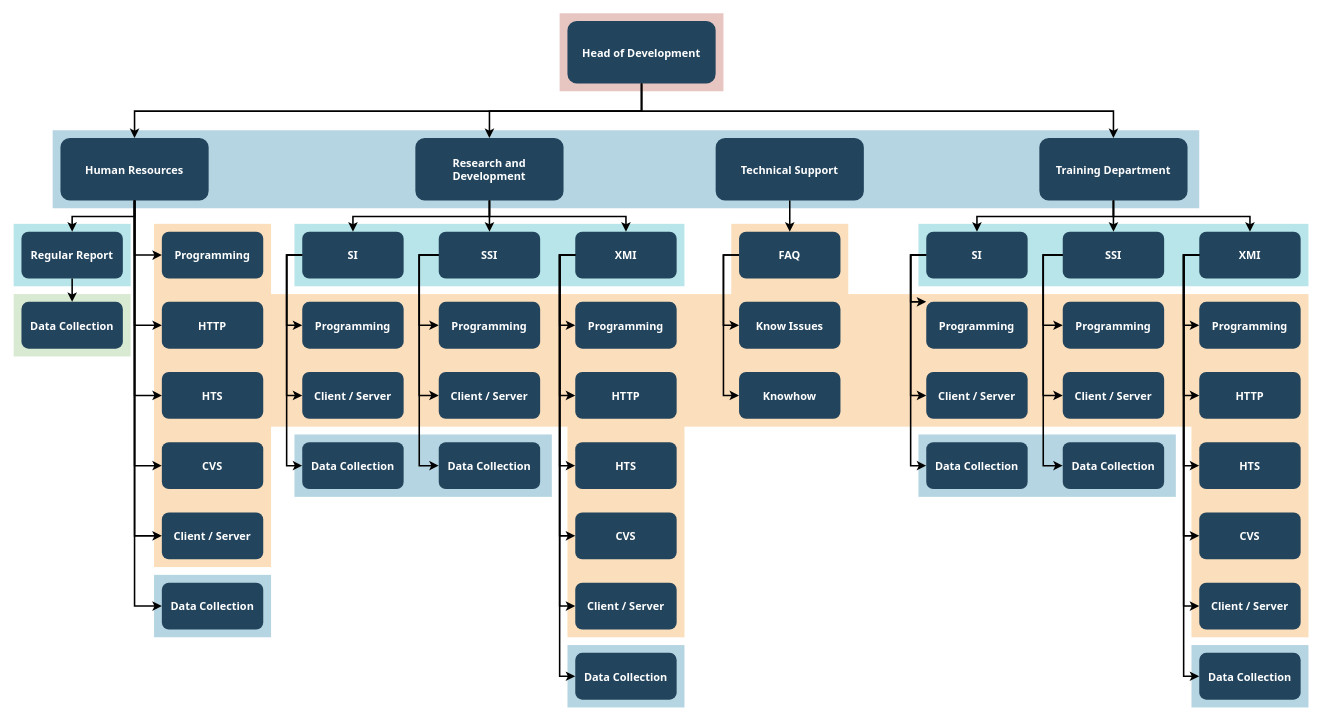
This is Diagramme sans nom.drawio from SAMRAN-H/shema, a draw.io file, before an edit. Source tidied: cells renumbered, new cells numbered last; positions are measured from the earlier drawing's top-left corner, leaving out a move shared by most shapes. Both pictures are drawn from the tidied source at 78%, with x=0, y=0 at pixel (13, 13).
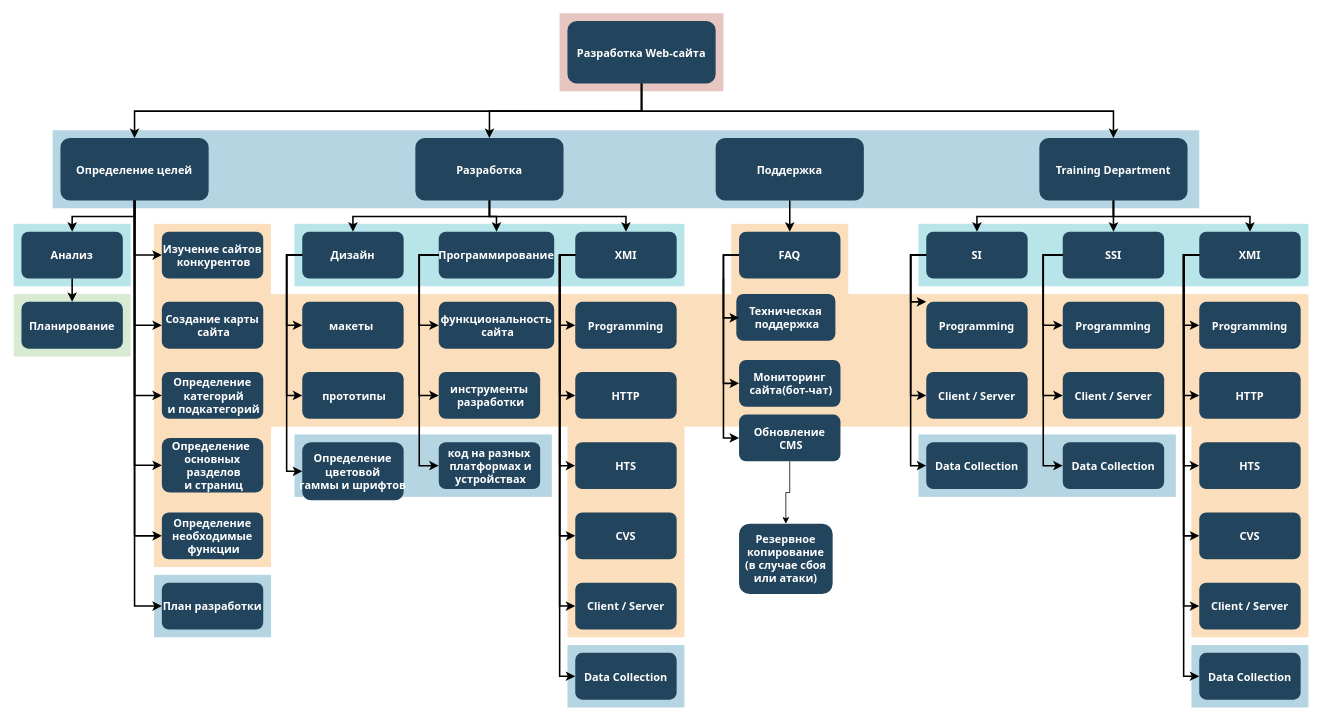
The same page after the edit.

Commit message:
Mettre à jour Diagramme sans nom.drawio

Change to the diagram source:
```diff
@@
-    <mxCell id="18" value="Head of Development" style="rounded=1;fillColor=#23445D;gradientColor=none;strokeColor=none;fontColor=#FFFFFF;fontStyle=1;fontFamily=Tahoma;fontSize=14;" parent="1" vertex="1">
+    <mxCell id="18" value="Разработка Web-сайта" style="rounded=1;fillColor=#23445D;gradientColor=none;strokeColor=none;fontColor=#FFFFFF;fontStyle=1;fontFamily=Tahoma;fontSize=14;" parent="1" vertex="1">
       <mxGeometry x="710" y="9.5" width="190" height="80" as="geometry" />
     </mxCell>
@@
-    <mxCell id="21" value="Technical Support" style="rounded=1;fillColor=#23445D;gradientColor=none;strokeColor=none;fontColor=#FFFFFF;fontStyle=1;fontFamily=Tahoma;fontSize=14;" parent="1" vertex="1">
+    <mxCell id="21" value="Поддержка" style="rounded=1;fillColor=#23445D;gradientColor=none;strokeColor=none;fontColor=#FFFFFF;fontStyle=1;fontFamily=Tahoma;fontSize=14;" parent="1" vertex="1">
       <mxGeometry x="900" y="159.5" width="190" height="80" as="geometry" />
     </mxCell>
-    <mxCell id="22" value="Research and &#10;Development" style="rounded=1;fillColor=#23445D;gradientColor=none;strokeColor=none;fontColor=#FFFFFF;fontStyle=1;fontFamily=Tahoma;fontSize=14;" parent="1" vertex="1">
+    <mxCell id="22" value="Разработка" style="rounded=1;fillColor=#23445D;gradientColor=none;strokeColor=none;fontColor=#FFFFFF;fontStyle=1;fontFamily=Tahoma;fontSize=14;" parent="1" vertex="1">
       <mxGeometry x="515" y="159.5" width="190" height="80" as="geometry" />
     </mxCell>
-    <mxCell id="23" value="Human Resources" style="rounded=1;fillColor=#23445D;gradientColor=none;strokeColor=none;fontColor=#FFFFFF;fontStyle=1;fontFamily=Tahoma;fontSize=14;" parent="1" vertex="1">
+    <mxCell id="23" value="Определение целей" style="rounded=1;fillColor=#23445D;gradientColor=none;strokeColor=none;fontColor=#FFFFFF;fontStyle=1;fontFamily=Tahoma;fontSize=14;" parent="1" vertex="1">
       <mxGeometry x="60" y="159.5" width="190" height="80" as="geometry" />
     </mxCell>
-    <mxCell id="24" value="Regular Report" style="rounded=1;fillColor=#23445D;gradientColor=none;strokeColor=none;fontColor=#FFFFFF;fontStyle=1;fontFamily=Tahoma;fontSize=14;" parent="1" vertex="1">
+    <mxCell id="24" value="Анализ" style="rounded=1;fillColor=#23445D;gradientColor=none;strokeColor=none;fontColor=#FFFFFF;fontStyle=1;fontFamily=Tahoma;fontSize=14;" parent="1" vertex="1">
       <mxGeometry x="10" y="279.5" width="130" height="60" as="geometry" />
     </mxCell>
-    <mxCell id="25" value="Data Collection" style="rounded=1;fillColor=#23445D;gradientColor=none;strokeColor=none;fontColor=#FFFFFF;fontStyle=1;fontFamily=Tahoma;fontSize=14;" parent="1" vertex="1">
+    <mxCell id="25" value="Планирование" style="rounded=1;fillColor=#23445D;gradientColor=none;strokeColor=none;fontColor=#FFFFFF;fontStyle=1;fontFamily=Tahoma;fontSize=14;" parent="1" vertex="1">
       <mxGeometry x="10" y="369.5" width="130" height="60" as="geometry" />
     </mxCell>
-    <mxCell id="26" value="Programming" style="rounded=1;fillColor=#23445D;gradientColor=none;strokeColor=none;fontColor=#FFFFFF;fontStyle=1;fontFamily=Tahoma;fontSize=14;" parent="1" vertex="1">
+    <mxCell id="26" value="Изучение сайтов&#10; конкурентов" style="rounded=1;fillColor=#23445D;gradientColor=none;strokeColor=none;fontColor=#FFFFFF;fontStyle=1;fontFamily=Tahoma;fontSize=14;" parent="1" vertex="1">
       <mxGeometry x="190" y="279.5" width="130" height="60" as="geometry" />
     </mxCell>
-    <mxCell id="27" value="HTTP" style="rounded=1;fillColor=#23445D;gradientColor=none;strokeColor=none;fontColor=#FFFFFF;fontStyle=1;fontFamily=Tahoma;fontSize=14;" parent="1" vertex="1">
+    <mxCell id="27" value="Создание карты&#10; сайта" style="rounded=1;fillColor=#23445D;gradientColor=none;strokeColor=none;fontColor=#FFFFFF;fontStyle=1;fontFamily=Tahoma;fontSize=14;" parent="1" vertex="1">
       <mxGeometry x="190" y="369.5" width="130" height="60" as="geometry" />
     </mxCell>
-    <mxCell id="28" value="HTS" style="rounded=1;fillColor=#23445D;gradientColor=none;strokeColor=none;fontColor=#FFFFFF;fontStyle=1;fontFamily=Tahoma;fontSize=14;" parent="1" vertex="1">
+    <mxCell id="28" value="Определение&#10; категорий&#10; и подкатегорий" style="rounded=1;fillColor=#23445D;gradientColor=none;strokeColor=none;fontColor=#FFFFFF;fontStyle=1;fontFamily=Tahoma;fontSize=14;" parent="1" vertex="1">
       <mxGeometry x="190" y="459.5" width="130" height="60" as="geometry" />
     </mxCell>
-    <mxCell id="29" value="CVS" style="rounded=1;fillColor=#23445D;gradientColor=none;strokeColor=none;fontColor=#FFFFFF;fontStyle=1;fontFamily=Tahoma;fontSize=14;" parent="1" vertex="1">
-      <mxGeometry x="190" y="549.5" width="130" height="60" as="geometry" />
+    <mxCell id="29" value="Определение &#10;основных&#10; разделов&#10; и страниц" style="rounded=1;fillColor=#23445D;gradientColor=none;strokeColor=none;fontColor=#FFFFFF;fontStyle=1;fontFamily=Tahoma;fontSize=14;" parent="1" vertex="1">
+      <mxGeometry x="190" y="544" width="130" height="70" as="geometry" />
     </mxCell>
-    <mxCell id="30" value="Client / Server" style="rounded=1;fillColor=#23445D;gradientColor=none;strokeColor=none;fontColor=#FFFFFF;fontStyle=1;fontFamily=Tahoma;fontSize=14;" parent="1" vertex="1">
+    <mxCell id="30" value="Определение&#10;необходимые&#10; функции" style="rounded=1;fillColor=#23445D;gradientColor=none;strokeColor=none;fontColor=#FFFFFF;fontStyle=1;fontFamily=Tahoma;fontSize=14;" parent="1" vertex="1">
       <mxGeometry x="190" y="639.5" width="130" height="60" as="geometry" />
     </mxCell>
-    <mxCell id="31" value="Data Collection" style="rounded=1;fillColor=#23445D;gradientColor=none;strokeColor=none;fontColor=#FFFFFF;fontStyle=1;fontFamily=Tahoma;fontSize=14;" parent="1" vertex="1">
+    <mxCell id="31" value="План разработки" style="rounded=1;fillColor=#23445D;gradientColor=none;strokeColor=none;fontColor=#FFFFFF;fontStyle=1;fontFamily=Tahoma;fontSize=14;" parent="1" vertex="1">
       <mxGeometry x="190" y="729.5" width="130" height="60" as="geometry" />
     </mxCell>
-    <mxCell id="32" value="SI" style="rounded=1;fillColor=#23445D;gradientColor=none;strokeColor=none;fontColor=#FFFFFF;fontStyle=1;fontFamily=Tahoma;fontSize=14;" parent="1" vertex="1">
+    <mxCell id="32" value="Дизайн" style="rounded=1;fillColor=#23445D;gradientColor=none;strokeColor=none;fontColor=#FFFFFF;fontStyle=1;fontFamily=Tahoma;fontSize=14;" parent="1" vertex="1">
       <mxGeometry x="370" y="279.5" width="130" height="60" as="geometry" />
     </mxCell>
-    <mxCell id="33" value="Programming" style="rounded=1;fillColor=#23445D;gradientColor=none;strokeColor=none;fontColor=#FFFFFF;fontStyle=1;fontFamily=Tahoma;fontSize=14;" parent="1" vertex="1">
+    <mxCell id="33" value="макеты " style="rounded=1;fillColor=#23445D;gradientColor=none;strokeColor=none;fontColor=#FFFFFF;fontStyle=1;fontFamily=Tahoma;fontSize=14;" parent="1" vertex="1">
       <mxGeometry x="370" y="369.5" width="130" height="60" as="geometry" />
     </mxCell>
-    <mxCell id="34" value="Client / Server" style="rounded=1;fillColor=#23445D;gradientColor=none;strokeColor=none;fontColor=#FFFFFF;fontStyle=1;fontFamily=Tahoma;fontSize=14;" parent="1" vertex="1">
+    <mxCell id="34" value="&#10; прототипы&#10; " style="rounded=1;fillColor=#23445D;gradientColor=none;strokeColor=none;fontColor=#FFFFFF;fontStyle=1;fontFamily=Tahoma;fontSize=14;" parent="1" vertex="1">
       <mxGeometry x="370" y="459.5" width="130" height="60" as="geometry" />
     </mxCell>
-    <mxCell id="35" value="Data Collection" style="rounded=1;fillColor=#23445D;gradientColor=none;strokeColor=none;fontColor=#FFFFFF;fontStyle=1;fontFamily=Tahoma;fontSize=14;" parent="1" vertex="1">
-      <mxGeometry x="370" y="549.5" width="130" height="60" as="geometry" />
+    <mxCell id="35" value="Определение &#10;цветовой &#10;гаммы и шрифтов" style="rounded=1;fillColor=#23445D;gradientColor=none;strokeColor=none;fontColor=#FFFFFF;fontStyle=1;fontFamily=Tahoma;fontSize=14;" parent="1" vertex="1">
+      <mxGeometry x="370" y="549.5" width="130" height="74.5" as="geometry" />
     </mxCell>
-    <mxCell id="36" value="SSI" style="rounded=1;fillColor=#23445D;gradientColor=none;strokeColor=none;fontColor=#FFFFFF;fontStyle=1;fontFamily=Tahoma;fontSize=14;" parent="1" vertex="1">
-      <mxGeometry x="545" y="279.5" width="130" height="60" as="geometry" />
+    <mxCell id="36" value="Программирование" style="rounded=1;fillColor=#23445D;gradientColor=none;strokeColor=none;fontColor=#FFFFFF;fontStyle=1;fontFamily=Tahoma;fontSize=14;" parent="1" vertex="1">
+      <mxGeometry x="545" y="279.5" width="148" height="60" as="geometry" />
     </mxCell>
-    <mxCell id="37" value="Programming" style="rounded=1;fillColor=#23445D;gradientColor=none;strokeColor=none;fontColor=#FFFFFF;fontStyle=1;fontFamily=Tahoma;fontSize=14;" parent="1" vertex="1">
-      <mxGeometry x="545" y="369.5" width="130" height="60" as="geometry" />
+    <mxCell id="37" value="функциональность&#10; сайта" style="rounded=1;fillColor=#23445D;gradientColor=none;strokeColor=none;fontColor=#FFFFFF;fontStyle=1;fontFamily=Tahoma;fontSize=14;" parent="1" vertex="1">
+      <mxGeometry x="545" y="369.5" width="148" height="60" as="geometry" />
     </mxCell>
-    <mxCell id="38" value="Client / Server" style="rounded=1;fillColor=#23445D;gradientColor=none;strokeColor=none;fontColor=#FFFFFF;fontStyle=1;fontFamily=Tahoma;fontSize=14;" parent="1" vertex="1">
+    <mxCell id="38" value="инструменты&#10; разработки" style="rounded=1;fillColor=#23445D;gradientColor=none;strokeColor=none;fontColor=#FFFFFF;fontStyle=1;fontFamily=Tahoma;fontSize=14;" parent="1" vertex="1">
       <mxGeometry x="545" y="459.5" width="130" height="60" as="geometry" />
     </mxCell>
-    <mxCell id="39" value="Data Collection" style="rounded=1;fillColor=#23445D;gradientColor=none;strokeColor=none;fontColor=#FFFFFF;fontStyle=1;fontFamily=Tahoma;fontSize=14;" parent="1" vertex="1">
+    <mxCell id="39" value="код на разных&#10; платформах и&#10; устройствах" style="rounded=1;fillColor=#23445D;gradientColor=none;strokeColor=none;fontColor=#FFFFFF;fontStyle=1;fontFamily=Tahoma;fontSize=14;" parent="1" vertex="1">
       <mxGeometry x="545" y="549.5" width="130" height="60" as="geometry" />
     </mxCell>
@@
-    <mxCell id="48" value="Know Issues" style="rounded=1;fillColor=#23445D;gradientColor=none;strokeColor=none;fontColor=#FFFFFF;fontStyle=1;fontFamily=Tahoma;fontSize=14;" parent="1" vertex="1">
-      <mxGeometry x="930" y="369.5" width="130" height="60" as="geometry" />
+    <mxCell id="48" value="Мониторинг&#10; сайта(бот-чат)" style="rounded=1;fillColor=#23445D;gradientColor=none;strokeColor=none;fontColor=#FFFFFF;fontStyle=1;fontFamily=Tahoma;fontSize=14;" parent="1" vertex="1">
+      <mxGeometry x="930" y="444" width="130" height="60" as="geometry" />
     </mxCell>
+    <mxCell id="108" style="edgeStyle=orthogonalEdgeStyle;rounded=0;jettySize=auto;html=1;" parent="1" edge="1" source="49" target="109">
+      <mxGeometry relative="1" as="geometry" />
+    </mxCell>
-    <mxCell id="49" value="Knowhow" style="rounded=1;fillColor=#23445D;gradientColor=none;strokeColor=none;fontColor=#FFFFFF;fontStyle=1;fontFamily=Tahoma;fontSize=14;" parent="1" vertex="1">
-      <mxGeometry x="930" y="459.5" width="130" height="60" as="geometry" />
+    <mxCell id="49" value="Обновление&#10; CMS" style="rounded=1;fillColor=#23445D;gradientColor=none;strokeColor=none;fontColor=#FFFFFF;fontStyle=1;fontFamily=Tahoma;fontSize=14;" parent="1" vertex="1">
+      <mxGeometry x="930" y="514" width="130" height="60" as="geometry" />
     </mxCell>
@@
+    <mxCell id="109" value="Резервное копирование&lt;br&gt;(в случае сбоя или атаки)" style="whiteSpace=wrap;html=1;fontSize=14;fontFamily=Tahoma;fillColor=#23445D;strokeColor=none;fontColor=#FFFFFF;rounded=1;gradientColor=none;fontStyle=1;" parent="1" vertex="1">
+      <mxGeometry x="930" y="654" width="120" height="90" as="geometry" />
+    </mxCell>
+    <mxCell id="110" value="Техническая&#10; поддержка" style="rounded=1;fillColor=#23445D;gradientColor=none;strokeColor=none;fontColor=#FFFFFF;fontStyle=1;fontFamily=Tahoma;fontSize=14;" parent="1" vertex="1">
+      <mxGeometry x="926.5" y="359.5" width="127" height="60" as="geometry" />
+    </mxCell>
+    <mxCell id="111" style="edgeStyle=elbowEdgeStyle;elbow=horizontal;strokeWidth=2;rounded=0;" parent="1" edge="1">
+      <mxGeometry x="732" y="125" as="geometry">
+        <mxPoint x="910" y="339.5" as="sourcePoint" />
+        <mxPoint x="930" y="390" as="targetPoint" />
+        <Array as="points">
+          <mxPoint x="910" y="369.5" />
+        </Array>
+      </mxGeometry>
+    </mxCell>
```
